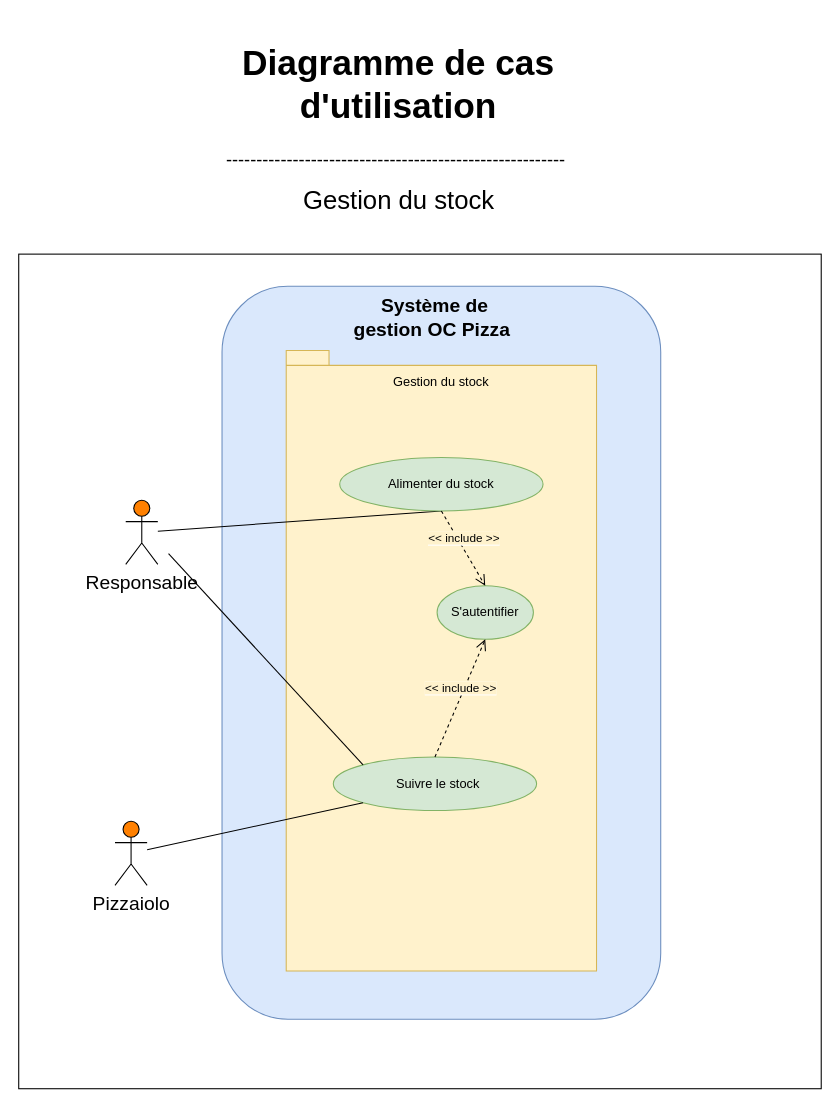
Maayaavi/OC_Project_4 keeps this draw.io diagram as page "Gestion du stock" (4 of 5) of Use case Diagram.drawio. Above is the earlier version. Source tidied: cells renumbered, new cells numbered last; positions are measured from the earlier drawing's top-left corner, leaving out a move shared by most shapes. Both pictures are drawn from the tidied source at 107%, with x=0, y=0 at pixel (18, 29).
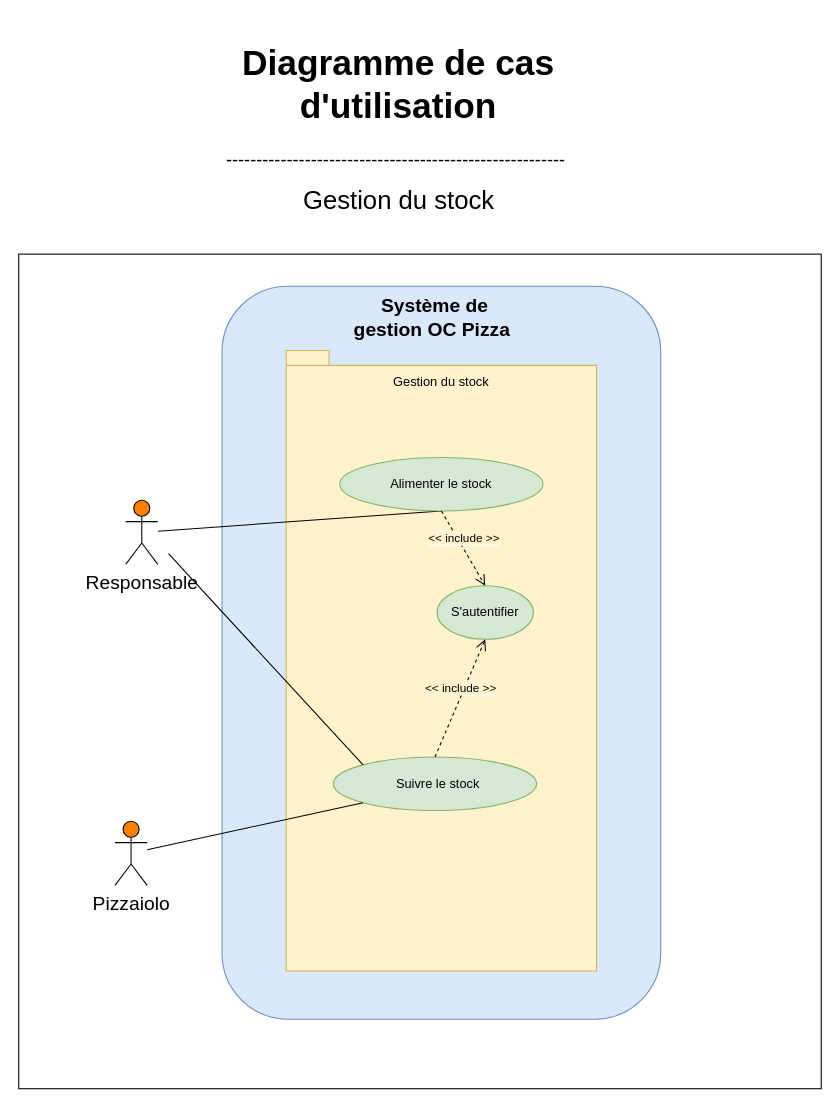
Above is the later version.

Change to the diagram source:
```diff
@@
-    <mxCell id="11" value="Alimenter du stock" style="text;html=1;strokeColor=none;fillColor=none;align=center;verticalAlign=middle;whiteSpace=wrap;rounded=0;" parent="1" vertex="1">
+    <mxCell id="11" value="Alimenter le&amp;nbsp;stock" style="text;html=1;strokeColor=none;fillColor=none;align=center;verticalAlign=middle;whiteSpace=wrap;rounded=0;" parent="1" vertex="1">
       <mxGeometry x="290" y="415" width="210" height="20" as="geometry" />
     </mxCell>
```
